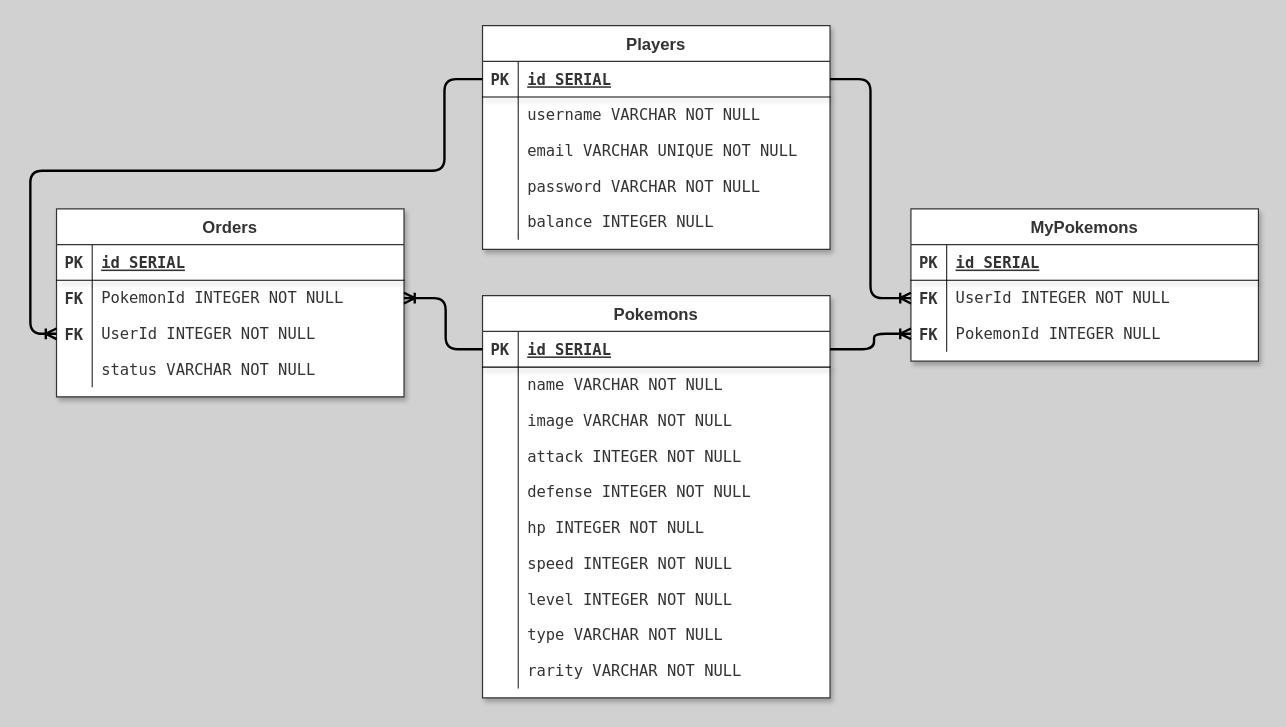
ibnufajarw/PokeVault keeps this draw.io diagram as server/erd/schema.dio. Above is the earlier version. Source tidied: cells renumbered, new cells numbered last; positions are measured from the earlier drawing's top-left corner, leaving out a move shared by most shapes. Both pictures are drawn from the tidied source at 119%, with x=0, y=0 at pixel (30, 25).
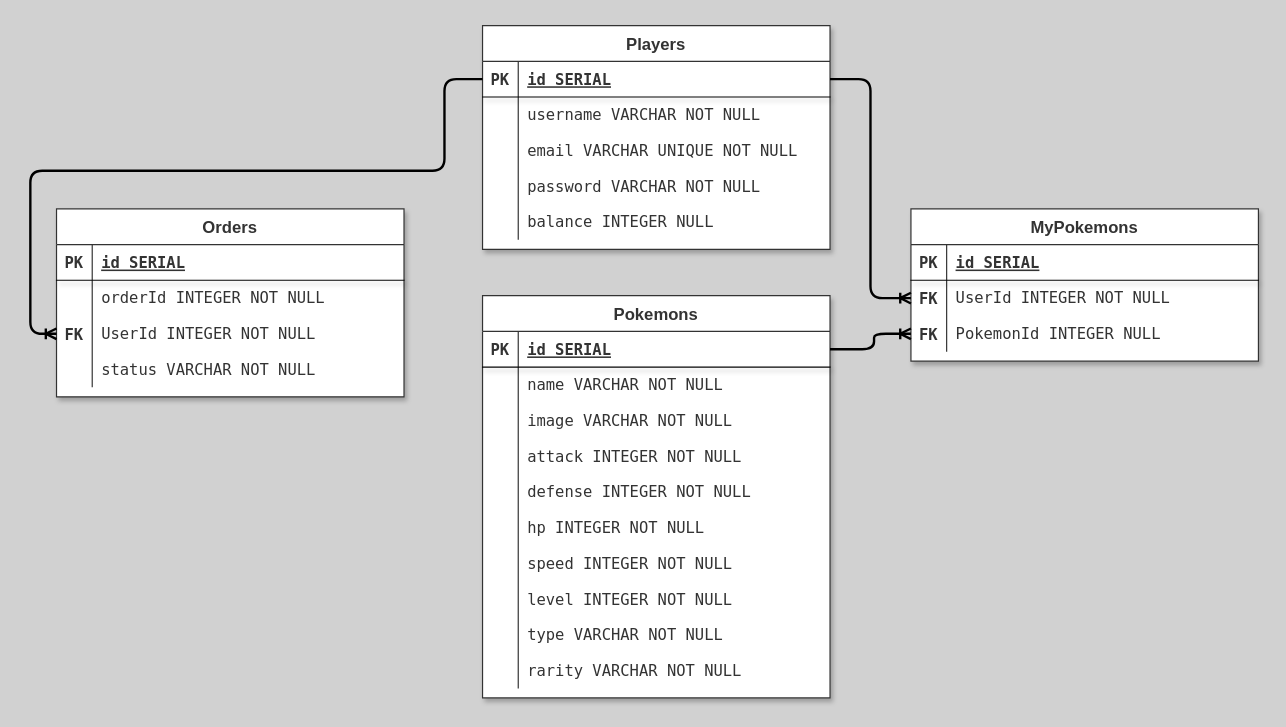
After the change.

Commit message (it also covers changes not shown here):
refactor: migrations, models, erd

Unchanged cells that the change refers to:
```xml
<mxCell id="19" style="shape=tableRow;horizontal=0;startSize=0;swimlaneHead=0;swimlaneBody=0;fillColor=none;points=[[0,0.5],[1,0.5]];portConstraint=eastwest;top=0;left=0;right=0;bottom=1;rounded=0;shadow=1;comic=0;fillStyle=auto;strokeColor=#050505;strokeWidth=1;fontFamily=Helvetica;fontSize=12;fontColor=#333333;" parent="18" vertex="1">
  <mxGeometry y="30" width="292" height="30" as="geometry" />
</mxCell>
<mxCell id="63" style="shape=tableRow;horizontal=0;startSize=0;swimlaneHead=0;swimlaneBody=0;fillColor=none;points=[[0,0.5],[1,0.5]];portConstraint=eastwest;top=0;left=0;right=0;bottom=0;rounded=0;shadow=1;comic=0;fillStyle=auto;strokeColor=#050505;strokeWidth=1;fontFamily=Helvetica;fontSize=12;fontColor=#333333;" parent="59" vertex="1">
  <mxGeometry y="60" width="292" height="30" as="geometry" />
</mxCell>
```

The edit, as a diff of the source:
```diff
@@
-    <mxCell id="64" value="FK" style="shape=partialRectangle;fillColor=none;top=0;left=0;bottom=0;right=0;overflow=hidden;rounded=0;shadow=1;comic=0;fillStyle=auto;strokeColor=#050505;strokeWidth=1;fontFamily=Lucida Console;fontSize=13;fontColor=#333333;startSize=34;fontStyle=1;" parent="63" vertex="1">
+    <mxCell id="64" style="shape=partialRectangle;fillColor=none;top=0;left=0;bottom=0;right=0;overflow=hidden;rounded=0;shadow=1;comic=0;fillStyle=auto;strokeColor=#050505;strokeWidth=1;fontFamily=Lucida Console;fontSize=13;fontColor=#333333;startSize=34;fontStyle=1;" parent="63" vertex="1">
       <mxGeometry width="30" height="30" as="geometry" />
     </mxCell>
-    <mxCell id="65" value="PokemonId INTEGER NOT NULL" style="shape=partialRectangle;fillColor=none;top=0;left=0;bottom=0;right=0;align=left;spacingLeft=6;overflow=hidden;rounded=0;shadow=1;comic=0;fillStyle=auto;strokeColor=#050505;strokeWidth=1;fontFamily=Lucida Console;fontSize=13;fontColor=#333333;startSize=34;labelBackgroundColor=none;labelBorderColor=none;html=1;fontStyle=0;" parent="63" vertex="1">
+    <mxCell id="65" value="orderId INTEGER NOT NULL" style="shape=partialRectangle;fillColor=none;top=0;left=0;bottom=0;right=0;align=left;spacingLeft=6;overflow=hidden;rounded=0;shadow=1;comic=0;fillStyle=auto;strokeColor=#050505;strokeWidth=1;fontFamily=Lucida Console;fontSize=13;fontColor=#333333;startSize=34;labelBackgroundColor=none;labelBorderColor=none;html=1;fontStyle=0;" parent="63" vertex="1">
       <mxGeometry x="30" width="262" height="30" as="geometry" />
     </mxCell>
@@
-    <mxCell id="75" style="edgeStyle=orthogonalEdgeStyle;fontSize=12;html=1;endArrow=ERoneToMany;strokeColor=#000000;strokeWidth=2;" parent="1" edge="1" source="19" target="63">
-      <mxGeometry relative="1" as="geometry">
-        <Array as="points">
-          <mxPoint x="349" y="272" />
-          <mxPoint x="349" y="229" />
-        </Array>
-      </mxGeometry>
-    </mxCell>
```
